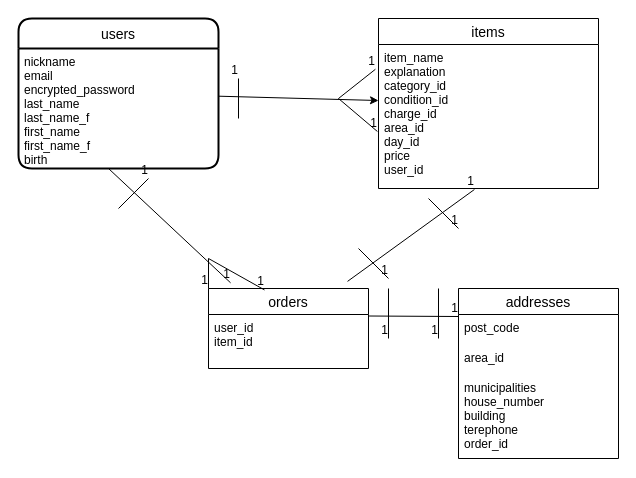
Before: test.dio in kutidake/furima-36688, a draw.io diagram. Source tidied: cells renumbered, new cells numbered last; positions are measured from the earlier drawing's top-left corner, leaving out a move shared by most shapes. Both pictures are drawn from the tidied source at 100%, with x=0, y=0 at pixel (18, 18).
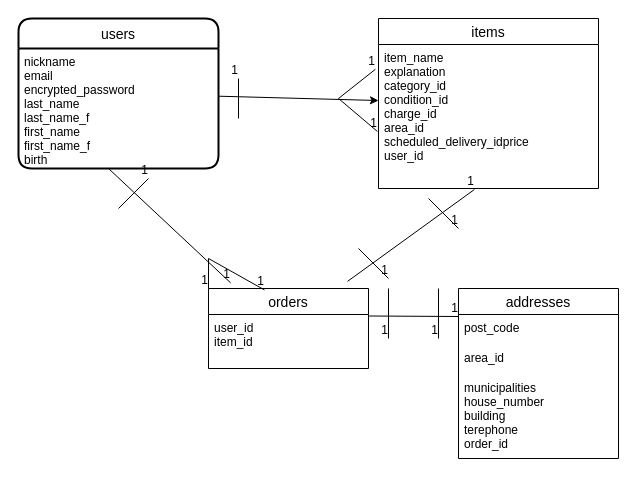
The same page after the edit.

Unchanged cells that the change refers to:
```xml
<mxCell id="5" value="items" style="swimlane;fontStyle=0;horizontal=1;startSize=26;align=center;fontSize=14;" parent="1" vertex="1">
  <mxGeometry x="360" width="220" height="170" as="geometry" />
</mxCell>
```

Change to the diagram source:
```diff
@@
-    <mxCell id="6" value="item_name&#10;explanation&#10;category_id&#10;condition_id&#10;charge_id&#10;area_id&#10;day_id&#10;price&#10;user_id" style="text;strokeColor=none;fillColor=none;spacingLeft=4;spacingRight=4;overflow=hidden;points=[[0,0.5],[1,0.5]];portConstraint=eastwest;fontSize=12;" parent="5" vertex="1">
+    <mxCell id="6" value="item_name&#10;explanation&#10;category_id&#10;condition_id&#10;charge_id&#10;area_id&#10;scheduled_delivery_idprice&#10;user_id" style="text;strokeColor=none;fillColor=none;spacingLeft=4;spacingRight=4;overflow=hidden;points=[[0,0.5],[1,0.5]];portConstraint=eastwest;fontSize=12;" parent="5" vertex="1">
       <mxGeometry y="26" width="220" height="144" as="geometry" />
     </mxCell>
```
